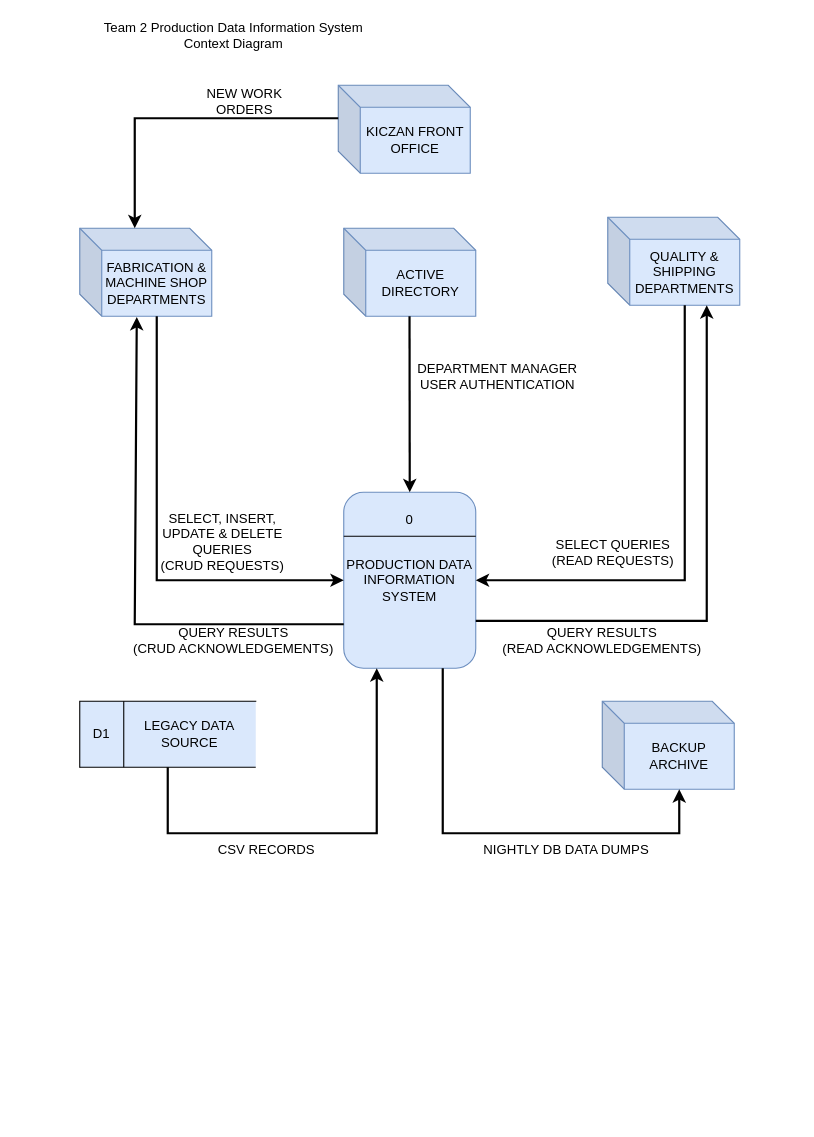
The draw.io diagram PRODUCTION_SYSTEM_CONTEXT_DIAGRAM_DRAFT.drawio in JrST90/Team2CapstoneProject, before the edit. Source tidied: cells renumbered, new cells numbered last; positions are measured from the earlier drawing's top-left corner, leaving out a move shared by most shapes. Both pictures are drawn from the tidied source at 110%, with x=0, y=0 at pixel (79, 19).
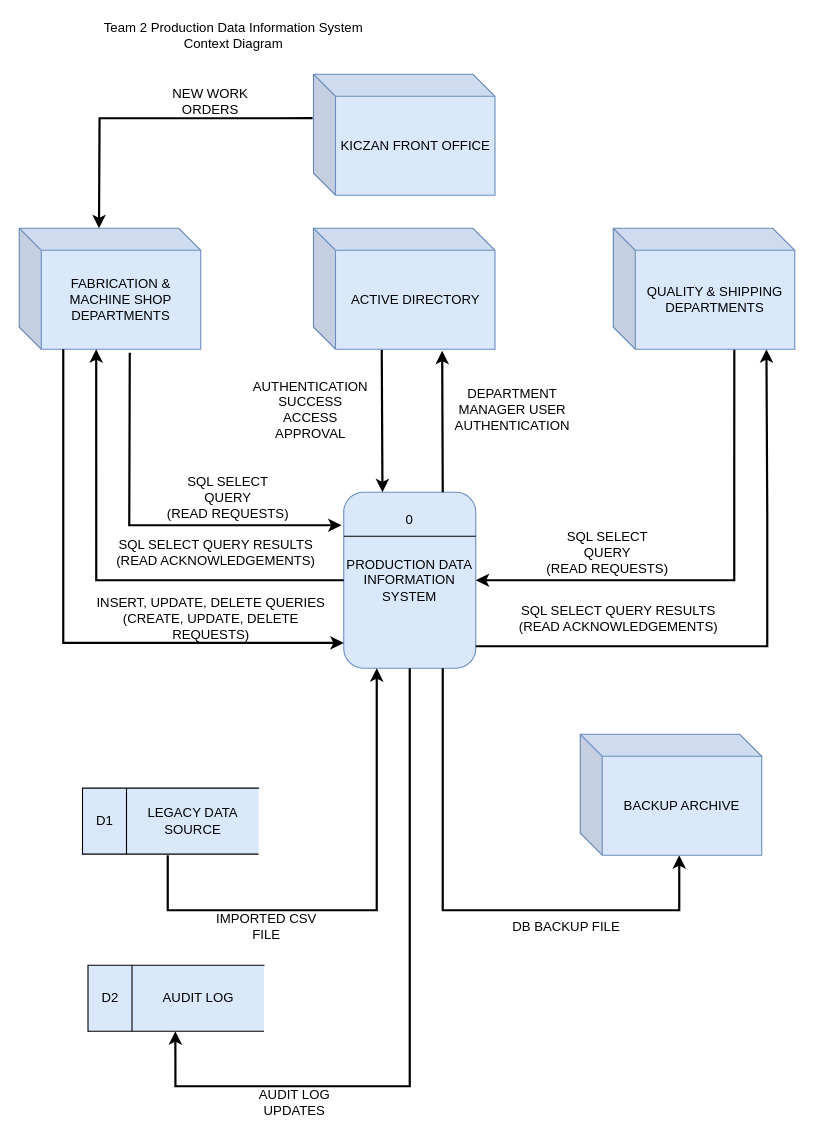
Above is the later version.

Unchanged cells that the change refers to:
```xml
<mxCell id="2" value="PRODUCTION DATA INFORMATION SYSTEM" style="rounded=1;whiteSpace=wrap;html=1;fillColor=#dae8fc;strokeColor=#6c8ebf;" parent="1" vertex="1">
  <mxGeometry x="240" y="430" width="120" height="160" as="geometry" />
</mxCell>
```

Change to the diagram source:
```diff
@@
     <mxCell id="5" value="FABRICATION &amp;amp; MACHINE SHOP DEPARTMENTS" style="shape=cube;whiteSpace=wrap;html=1;boundedLbl=1;backgroundOutline=1;darkOpacity=0.05;darkOpacity2=0.1;strokeWidth=1;fillColor=#dae8fc;strokeColor=#6c8ebf;" parent="1" vertex="1">
-      <mxGeometry y="190" width="120" height="80" as="geometry" />
+      <mxGeometry x="-55" y="190" width="165" height="110" as="geometry" />
     </mxCell>
-    <mxCell id="6" value="QUALITY &amp;amp; SHIPPING DEPARTMENTS" style="shape=cube;whiteSpace=wrap;html=1;boundedLbl=1;backgroundOutline=1;darkOpacity=0.05;darkOpacity2=0.1;fillColor=#dae8fc;strokeColor=#6c8ebf;" parent="1" vertex="1">
-      <mxGeometry x="480" y="180" width="120" height="80" as="geometry" />
-    </mxCell>
-    <mxCell id="7" value="SELECT, INSERT, UPDATE &amp;amp; DELETE QUERIES&lt;div&gt;(CRUD REQUESTS)&lt;/div&gt;" style="text;html=1;align=center;verticalAlign=middle;whiteSpace=wrap;rounded=0;" parent="1" vertex="1">
-      <mxGeometry x="70" y="460" width="120" height="30" as="geometry" />
+    <mxCell id="7" value="INSERT, UPDATE, DELETE QUERIES&lt;div&gt;(CREATE, UPDATE, DELETE REQUESTS)&lt;/div&gt;" style="text;html=1;align=center;verticalAlign=middle;whiteSpace=wrap;rounded=0;" parent="1" vertex="1">
+      <mxGeometry x="7.5" y="530" width="222.5" height="30" as="geometry" />
     </mxCell>
-    <mxCell id="8" value="SELECT QUERIES&lt;div&gt;(READ REQUESTS)&lt;/div&gt;" style="text;html=1;align=center;verticalAlign=middle;whiteSpace=wrap;rounded=0;" parent="1" vertex="1">
-      <mxGeometry x="425" y="470" width="120" height="30" as="geometry" />
+    <mxCell id="8" value="SQL SELECT QUERY&lt;div&gt;(READ REQUESTS)&lt;/div&gt;" style="text;html=1;align=center;verticalAlign=middle;whiteSpace=wrap;rounded=0;" parent="1" vertex="1">
+      <mxGeometry x="420" y="470" width="120" height="30" as="geometry" />
     </mxCell>
-    <mxCell id="9" value="QUERY RESULTS&lt;div&gt;(READ ACKNOWLEDGEMENTS)&lt;/div&gt;" style="text;html=1;align=center;verticalAlign=middle;whiteSpace=wrap;rounded=0;" parent="1" vertex="1">
-      <mxGeometry x="380" y="550" width="190" height="30" as="geometry" />
+    <mxCell id="9" value="SQL SELECT QUERY RESULTS&lt;div&gt;(READ ACKNOWLEDGEMENTS)&lt;/div&gt;" style="text;html=1;align=center;verticalAlign=middle;whiteSpace=wrap;rounded=0;" parent="1" vertex="1">
+      <mxGeometry x="395" y="530" width="190" height="30" as="geometry" />
     </mxCell>
-    <mxCell id="10" value="QUERY RESULTS&lt;div&gt;(CRUD ACKNOWLEDGEMENTS)&lt;/div&gt;" style="text;html=1;align=center;verticalAlign=middle;whiteSpace=wrap;rounded=0;" parent="1" vertex="1">
-      <mxGeometry x="45" y="550" width="190" height="30" as="geometry" />
-    </mxCell>
@@
-    <mxCell id="12" value="KICZAN FRONT OFFICE" style="shape=cube;whiteSpace=wrap;html=1;boundedLbl=1;backgroundOutline=1;darkOpacity=0.05;darkOpacity2=0.1;fillColor=#dae8fc;strokeColor=#6c8ebf;" parent="1" vertex="1">
-      <mxGeometry x="235" y="60" width="120" height="80" as="geometry" />
-    </mxCell>
     <mxCell id="13" value="NEW WORK ORDERS" style="text;html=1;align=center;verticalAlign=middle;whiteSpace=wrap;rounded=0;" parent="1" vertex="1">
-      <mxGeometry x="110" y="60" width="80" height="30" as="geometry" />
+      <mxGeometry x="78.8" y="60" width="80" height="30" as="geometry" />
     </mxCell>
-    <mxCell id="14" style="endArrow=classic;html=1;rounded=0;entryX=0;entryY=0;entryDx=50;entryDy=0;entryPerimeter=0;strokeWidth=2;exitX=0;exitY=0;exitDx=0;exitDy=30;exitPerimeter=0;" parent="1" edge="1" source="12" target="5">
+    <mxCell id="14" style="endArrow=classic;html=1;rounded=0;entryX=0;entryY=0;entryDx=72.5;entryDy=0;entryPerimeter=0;strokeWidth=2;exitX=-0.005;exitY=0.362;exitDx=0;exitDy=0;exitPerimeter=0;" parent="1" edge="1" source="12" target="5">
       <mxGeometry relative="1" as="geometry">
         <Array as="points">
           <mxPoint x="175" y="90" />
-          <mxPoint x="50" y="90" />
+          <mxPoint x="18" y="90" />
         </Array>
       </mxGeometry>
     </mxCell>
-    <mxCell id="15" value="ACTIVE DIRECTORY" style="shape=cube;whiteSpace=wrap;html=1;boundedLbl=1;backgroundOutline=1;darkOpacity=0.05;darkOpacity2=0.1;fillColor=#dae8fc;strokeColor=#6c8ebf;" parent="1" vertex="1">
-      <mxGeometry x="240" y="190" width="120" height="80" as="geometry" />
-    </mxCell>
     <mxCell id="16" style="shape=partialRectangle;whiteSpace=wrap;html=1;bottom=0;right=0;fillColor=#dae8fc;strokeColor=#000000;" parent="1" vertex="1">
-      <mxGeometry y="620" width="160" height="60" as="geometry" />
+      <mxGeometry x="2.5" y="699" width="160" height="60" as="geometry" />
     </mxCell>
@@
     <mxCell id="18" style="endArrow=none;html=1;rounded=0;entryX=0.25;entryY=0;entryDx=0;entryDy=0;" parent="1" edge="1" target="16">
       <mxGeometry relative="1" as="geometry">
-        <mxPoint x="40" y="680" as="sourcePoint" />
+        <mxPoint x="42.5" y="759" as="sourcePoint" />
       </mxGeometry>
     </mxCell>
     <mxCell id="19" value="D1" style="text;html=1;align=center;verticalAlign=middle;whiteSpace=wrap;rounded=0;" parent="1" vertex="1">
-      <mxGeometry x="10" y="635" width="20" height="30" as="geometry" />
+      <mxGeometry x="12.5" y="714" width="20" height="30" as="geometry" />
     </mxCell>
     <mxCell id="20" value="LEGACY DATA SOURCE" style="text;html=1;align=center;verticalAlign=middle;whiteSpace=wrap;rounded=0;" parent="1" vertex="1">
-      <mxGeometry x="45" y="635" width="110" height="30" as="geometry" />
+      <mxGeometry x="47.5" y="714" width="110" height="30" as="geometry" />
     </mxCell>
-    <mxCell id="21" value="BACKUP ARCHIVE" style="shape=cube;whiteSpace=wrap;html=1;boundedLbl=1;backgroundOutline=1;darkOpacity=0.05;darkOpacity2=0.1;fillColor=#dae8fc;strokeColor=#6c8ebf;" parent="1" vertex="1">
-      <mxGeometry x="475" y="620" width="120" height="80" as="geometry" />
-    </mxCell>
     <mxCell id="22" value="DEPARTMENT MANAGER USER AUTHENTICATION" style="text;html=1;align=center;verticalAlign=middle;whiteSpace=wrap;rounded=0;" parent="1" vertex="1">
-      <mxGeometry x="300" y="310" width="160" height="30" as="geometry" />
+      <mxGeometry x="332" y="340" width="123" height="30" as="geometry" />
     </mxCell>
-    <mxCell id="23" style="endArrow=classic;html=1;rounded=0;exitX=0;exitY=0;exitDx=70;exitDy=80;exitPerimeter=0;entryX=0;entryY=0.5;entryDx=0;entryDy=0;strokeWidth=2;" parent="1" edge="1" source="5" target="2">
+    <mxCell id="23" style="endArrow=classic;html=1;rounded=0;entryX=0;entryY=0.875;entryDx=0;entryDy=0;strokeWidth=2;entryPerimeter=0;" parent="1" edge="1">
       <mxGeometry relative="1" as="geometry">
+        <mxPoint x="-15" y="300" as="sourcePoint" />
+        <mxPoint x="240" y="567" as="targetPoint" />
         <Array as="points">
-          <mxPoint x="70" y="510" />
+          <mxPoint x="-15" y="567" />
+          <mxPoint x="75" y="567" />
+          <mxPoint x="155" y="567" />
+          <mxPoint x="205" y="567" />
         </Array>
       </mxGeometry>
     </mxCell>
-    <mxCell id="24" style="endArrow=classic;html=1;rounded=0;entryX=0.432;entryY=1.009;entryDx=0;entryDy=0;entryPerimeter=0;strokeWidth=2;" parent="1" edge="1" target="5">
-      <mxGeometry relative="1" as="geometry">
-        <mxPoint x="240" y="550" as="sourcePoint" />
-        <Array as="points">
-          <mxPoint x="50" y="550" />
-        </Array>
-      </mxGeometry>
-    </mxCell>
-    <mxCell id="25" style="endArrow=classic;html=1;rounded=0;exitX=0;exitY=0;exitDx=70;exitDy=80;exitPerimeter=0;entryX=1;entryY=0.5;entryDx=0;entryDy=0;strokeWidth=2;" parent="1" edge="1" source="6" target="2">
+    <mxCell id="25" style="endArrow=classic;html=1;rounded=0;entryX=1;entryY=0.5;entryDx=0;entryDy=0;strokeWidth=2;exitX=0.667;exitY=1;exitDx=0;exitDy=0;exitPerimeter=0;" parent="1" edge="1" source="6" target="2">
       <mxGeometry relative="1" as="geometry">
         <Array as="points">
-          <mxPoint x="550" y="510" />
+          <mxPoint x="595" y="430" />
+          <mxPoint x="595" y="510" />
+          <mxPoint x="455" y="510" />
+          <mxPoint x="395" y="510" />
         </Array>
       </mxGeometry>
     </mxCell>
-    <mxCell id="26" style="endArrow=classic;html=1;rounded=0;exitX=1;exitY=0.75;exitDx=0;exitDy=0;strokeWidth=2;" parent="1" edge="1">
+    <mxCell id="26" style="endArrow=classic;html=1;rounded=0;exitX=1;exitY=0.875;exitDx=0;exitDy=0;strokeWidth=2;exitPerimeter=0;entryX=0.844;entryY=1;entryDx=0;entryDy=0;entryPerimeter=0;" parent="1" edge="1" source="2" target="6">
       <mxGeometry relative="1" as="geometry">
-        <mxPoint x="360" y="547" as="sourcePoint" />
-        <mxPoint x="570" y="260" as="targetPoint" />
         <Array as="points">
-          <mxPoint x="570" y="547" />
+          <mxPoint x="465" y="570" />
+          <mxPoint x="625" y="570" />
+          <mxPoint x="625" y="450" />
         </Array>
       </mxGeometry>
     </mxCell>
     <mxCell id="27" style="endArrow=classic;html=1;rounded=0;entryX=0.25;entryY=1;entryDx=0;entryDy=0;strokeWidth=2;" parent="1" edge="1" target="2">
       <mxGeometry relative="1" as="geometry">
-        <mxPoint x="80" y="680" as="sourcePoint" />
+        <mxPoint x="80" y="760" as="sourcePoint" />
         <Array as="points">
-          <mxPoint x="80" y="740" />
-          <mxPoint x="270" y="740" />
+          <mxPoint x="80" y="810" />
+          <mxPoint x="270" y="810" />
         </Array>
       </mxGeometry>
     </mxCell>
-    <mxCell id="28" value="CSV RECORDS" style="text;html=1;align=center;verticalAlign=middle;whiteSpace=wrap;rounded=0;" parent="1" vertex="1">
-      <mxGeometry x="120" y="740" width="100" height="30" as="geometry" />
+    <mxCell id="28" value="IMPORTED CSV FILE" style="text;html=1;align=center;verticalAlign=middle;whiteSpace=wrap;rounded=0;" parent="1" vertex="1">
+      <mxGeometry x="120" y="810" width="100" height="30" as="geometry" />
     </mxCell>
-    <mxCell id="29" style="endArrow=classic;html=1;rounded=0;exitX=0.75;exitY=1;exitDx=0;exitDy=0;entryX=0;entryY=0;entryDx=70;entryDy=80;entryPerimeter=0;strokeWidth=2;" parent="1" edge="1" source="2" target="21">
+    <mxCell id="29" style="endArrow=classic;html=1;rounded=0;exitX=0.75;exitY=1;exitDx=0;exitDy=0;strokeWidth=2;" parent="1" edge="1" source="2">
       <mxGeometry relative="1" as="geometry">
+        <mxPoint x="545" y="760" as="targetPoint" />
         <Array as="points">
-          <mxPoint x="330" y="740" />
-          <mxPoint x="545" y="740" />
+          <mxPoint x="330" y="810" />
+          <mxPoint x="445" y="810" />
+          <mxPoint x="545" y="810" />
         </Array>
       </mxGeometry>
     </mxCell>
-    <mxCell id="30" value="NIGHTLY DB DATA DUMPS" style="text;html=1;align=center;verticalAlign=middle;whiteSpace=wrap;rounded=0;" parent="1" vertex="1">
-      <mxGeometry x="360" y="740" width="165" height="30" as="geometry" />
+    <mxCell id="30" value="DB BACKUP FILE" style="text;html=1;align=center;verticalAlign=middle;whiteSpace=wrap;rounded=0;" parent="1" vertex="1">
+      <mxGeometry x="360" y="810" width="165" height="30" as="geometry" />
     </mxCell>
-    <mxCell id="31" style="endArrow=classic;html=1;rounded=0;entryX=0.5;entryY=0;entryDx=0;entryDy=0;strokeWidth=2;" parent="1" edge="1" target="2">
+    <mxCell id="31" style="endArrow=classic;html=1;rounded=0;entryX=0.5;entryY=0;entryDx=0;entryDy=0;strokeWidth=2;exitX=0.376;exitY=1.001;exitDx=0;exitDy=0;exitPerimeter=0;" parent="1" edge="1" source="15">
       <mxGeometry relative="1" as="geometry">
-        <mxPoint x="299.8" y="270" as="sourcePoint" />
+        <mxPoint x="275.2" y="430" as="targetPoint" />
       </mxGeometry>
     </mxCell>
+    <mxCell id="32" style="endArrow=classic;html=1;rounded=0;strokeWidth=2;entryX=0.709;entryY=1.012;entryDx=0;entryDy=0;entryPerimeter=0;" parent="1" edge="1" target="15">
+      <mxGeometry relative="1" as="geometry">
+        <mxPoint x="330" y="430" as="sourcePoint" />
+      </mxGeometry>
+    </mxCell>
+    <mxCell id="33" value="AUTHENTICATION SUCCESS&lt;div&gt;ACCESS APPROVAL&lt;/div&gt;" style="text;html=1;align=center;verticalAlign=middle;whiteSpace=wrap;rounded=0;" parent="1" vertex="1">
+      <mxGeometry x="180" y="340" width="60" height="30" as="geometry" />
+    </mxCell>
+    <mxCell id="6" value="QUALITY &amp;amp; SHIPPING DEPARTMENTS" style="shape=cube;whiteSpace=wrap;html=1;boundedLbl=1;backgroundOutline=1;darkOpacity=0.05;darkOpacity2=0.1;strokeWidth=1;fillColor=#dae8fc;strokeColor=#6c8ebf;" parent="1" vertex="1">
+      <mxGeometry x="485" y="190" width="165" height="110" as="geometry" />
+    </mxCell>
+    <mxCell id="15" value="ACTIVE DIRECTORY" style="shape=cube;whiteSpace=wrap;html=1;boundedLbl=1;backgroundOutline=1;darkOpacity=0.05;darkOpacity2=0.1;strokeWidth=1;fillColor=#dae8fc;strokeColor=#6c8ebf;" parent="1" vertex="1">
+      <mxGeometry x="212.5" y="190" width="165" height="110" as="geometry" />
+    </mxCell>
+    <mxCell id="12" value="KICZAN FRONT OFFICE" style="shape=cube;whiteSpace=wrap;html=1;boundedLbl=1;backgroundOutline=1;darkOpacity=0.05;darkOpacity2=0.1;strokeWidth=1;fillColor=#dae8fc;strokeColor=#6c8ebf;" parent="1" vertex="1">
+      <mxGeometry x="212.5" y="50" width="165" height="110" as="geometry" />
+    </mxCell>
+    <mxCell id="21" value="BACKUP ARCHIVE" style="shape=cube;whiteSpace=wrap;html=1;boundedLbl=1;backgroundOutline=1;darkOpacity=0.05;darkOpacity2=0.1;strokeWidth=1;fillColor=#dae8fc;strokeColor=#6c8ebf;" parent="1" vertex="1">
+      <mxGeometry x="455" y="650" width="165" height="110" as="geometry" />
+    </mxCell>
+    <mxCell id="34" style="endArrow=classic;html=1;rounded=0;exitX=0;exitY=0.5;exitDx=0;exitDy=0;entryX=0.424;entryY=1;entryDx=0;entryDy=0;entryPerimeter=0;strokeWidth=2;" parent="1" edge="1" source="2" target="5">
+      <mxGeometry relative="1" as="geometry">
+        <Array as="points">
+          <mxPoint x="15" y="510" />
+        </Array>
+      </mxGeometry>
+    </mxCell>
+    <mxCell id="35" value="SQL SELECT QUERY RESULTS&lt;div&gt;(READ ACKNOWLEDGEMENTS)&lt;/div&gt;" style="text;html=1;align=center;verticalAlign=middle;whiteSpace=wrap;rounded=0;" parent="1" vertex="1">
+      <mxGeometry x="28.8" y="470" width="190" height="30" as="geometry" />
+    </mxCell>
+    <mxCell id="36" style="endArrow=classic;html=1;rounded=0;exitX=0.609;exitY=1.029;exitDx=0;exitDy=0;exitPerimeter=0;strokeWidth=2;" parent="1" edge="1" source="5">
+      <mxGeometry relative="1" as="geometry">
+        <mxPoint x="238" y="460" as="targetPoint" />
+        <Array as="points">
+          <mxPoint x="45" y="460" />
+        </Array>
+      </mxGeometry>
+    </mxCell>
+    <mxCell id="37" value="SQL SELECT QUERY&lt;div&gt;(READ REQUESTS)&lt;/div&gt;" style="text;html=1;align=center;verticalAlign=middle;whiteSpace=wrap;rounded=0;" parent="1" vertex="1">
+      <mxGeometry x="75" y="420" width="120" height="30" as="geometry" />
+    </mxCell>
+    <mxCell id="38" style="shape=partialRectangle;whiteSpace=wrap;html=1;bottom=0;right=0;fillColor=#dae8fc;strokeColor=#000000;" parent="1" vertex="1">
+      <mxGeometry x="7.5" y="860" width="160" height="60" as="geometry" />
+    </mxCell>
+    <mxCell id="39" style="endArrow=none;html=1;rounded=0;exitX=0;exitY=1;exitDx=0;exitDy=0;entryX=1;entryY=1;entryDx=0;entryDy=0;" parent="1" edge="1" source="38" target="38">
+      <mxGeometry relative="1" as="geometry" />
+    </mxCell>
+    <mxCell id="40" style="endArrow=none;html=1;rounded=0;entryX=0.25;entryY=0;entryDx=0;entryDy=0;" parent="1" edge="1" target="38">
+      <mxGeometry relative="1" as="geometry">
+        <mxPoint x="47.5" y="920" as="sourcePoint" />
+      </mxGeometry>
+    </mxCell>
+    <mxCell id="41" value="D2" style="text;html=1;align=center;verticalAlign=middle;whiteSpace=wrap;rounded=0;" parent="1" vertex="1">
+      <mxGeometry x="17.5" y="875" width="20" height="30" as="geometry" />
+    </mxCell>
+    <mxCell id="42" value="AUDIT LOG" style="text;html=1;align=center;verticalAlign=middle;whiteSpace=wrap;rounded=0;" parent="1" vertex="1">
+      <mxGeometry x="52.5" y="875" width="110" height="30" as="geometry" />
+    </mxCell>
+    <mxCell id="43" style="endArrow=classic;html=1;rounded=0;strokeWidth=2;exitX=0.5;exitY=1;exitDx=0;exitDy=0;" parent="1" edge="1" source="2">
+      <mxGeometry relative="1" as="geometry">
+        <mxPoint x="86.9" y="920" as="targetPoint" />
+        <Array as="points">
+          <mxPoint x="300" y="970" />
+          <mxPoint x="87" y="970" />
+        </Array>
+      </mxGeometry>
+    </mxCell>
+    <mxCell id="44" value="AUDIT LOG UPDATES" style="text;html=1;align=center;verticalAlign=middle;whiteSpace=wrap;rounded=0;" parent="1" vertex="1">
+      <mxGeometry x="157.5" y="970" width="75" height="30" as="geometry" />
+    </mxCell>
```
